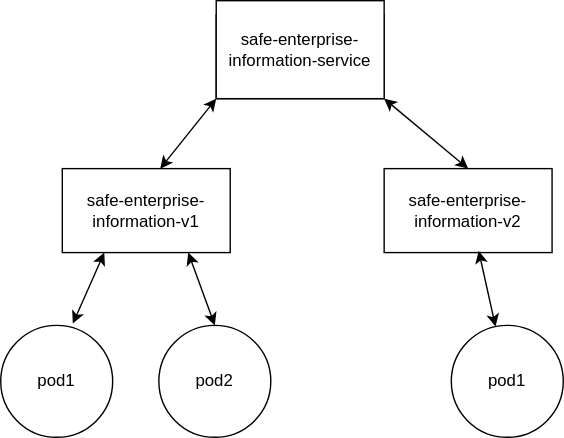
The draw.io diagram 灰度.svg in dujiacheng/dujiacheng.github.io, before a commit. Source tidied: cells renumbered, new cells last; positions are measured from the earlier drawing's top-left corner, leaving out a move shared by most shapes. The source it was exported from:
```xml
<mxGraphModel>
  <root>
    <mxCell id="0" />
    <mxCell id="1" parent="0" />
    <mxCell id="2" value="service&lt;br&gt;" style="rounded=0;whiteSpace=wrap;html=1;" parent="1" vertex="1">
      <mxGeometry x="154" y="10" width="120" height="60" as="geometry" />
    </mxCell>
    <mxCell id="3" value="safe-enterprise-information-service" style="rounded=0;whiteSpace=wrap;html=1;" parent="1" vertex="1">
      <mxGeometry x="154" width="120" height="70" as="geometry" />
    </mxCell>
    <mxCell id="4" value="safe-enterprise-information-v1" style="whiteSpace=wrap;html=1;" parent="1" vertex="1">
      <mxGeometry x="44" y="120" width="120" height="60" as="geometry" />
    </mxCell>
    <mxCell id="5" value="safe-enterprise-information-v2" style="whiteSpace=wrap;html=1;" parent="1" vertex="1">
      <mxGeometry x="274" y="120" width="120" height="60" as="geometry" />
    </mxCell>
    <mxCell id="6" style="endArrow=classic;startArrow=classic;html=1;entryX=0;entryY=1;entryDx=0;entryDy=0;" parent="1" edge="1" target="3">
      <mxGeometry relative="1" as="geometry">
        <mxPoint x="114" y="120" as="sourcePoint" />
      </mxGeometry>
    </mxCell>
    <mxCell id="7" style="endArrow=classic;startArrow=classic;html=1;exitX=0.5;exitY=0;exitDx=0;exitDy=0;entryX=1;entryY=1;entryDx=0;entryDy=0;" parent="1" edge="1" source="5" target="3">
      <mxGeometry relative="1" as="geometry" />
    </mxCell>
    <mxCell id="8" style="endArrow=classic;startArrow=classic;html=1;entryX=0.644;entryY=-0.016;entryDx=0;entryDy=0;entryPerimeter=0;exitX=0.25;exitY=1;exitDx=0;exitDy=0;" parent="1" edge="1" source="4" target="9">
      <mxGeometry relative="1" as="geometry" />
    </mxCell>
    <mxCell id="9" value="pod1" style="ellipse;whiteSpace=wrap;html=1;" parent="1" vertex="1">
      <mxGeometry y="232" width="80" height="80" as="geometry" />
    </mxCell>
    <mxCell id="10" value="pod2" style="ellipse;whiteSpace=wrap;html=1;" parent="1" vertex="1">
      <mxGeometry x="113" y="232" width="80" height="80" as="geometry" />
    </mxCell>
    <mxCell id="11" style="endArrow=classic;startArrow=classic;html=1;entryX=0.5;entryY=0;entryDx=0;entryDy=0;exitX=0.75;exitY=1;exitDx=0;exitDy=0;" parent="1" edge="1" source="4" target="10">
      <mxGeometry relative="1" as="geometry" />
    </mxCell>
    <mxCell id="12" value="pod1" style="ellipse;whiteSpace=wrap;html=1;" parent="1" vertex="1">
      <mxGeometry x="322" y="232" width="80" height="80" as="geometry" />
    </mxCell>
    <mxCell id="13" style="endArrow=classic;startArrow=classic;html=1;exitX=0.563;exitY=0.979;exitDx=0;exitDy=0;exitPerimeter=0;" parent="1" edge="1" source="5" target="12">
      <mxGeometry relative="1" as="geometry" />
    </mxCell>
  </root>
</mxGraphModel>
```
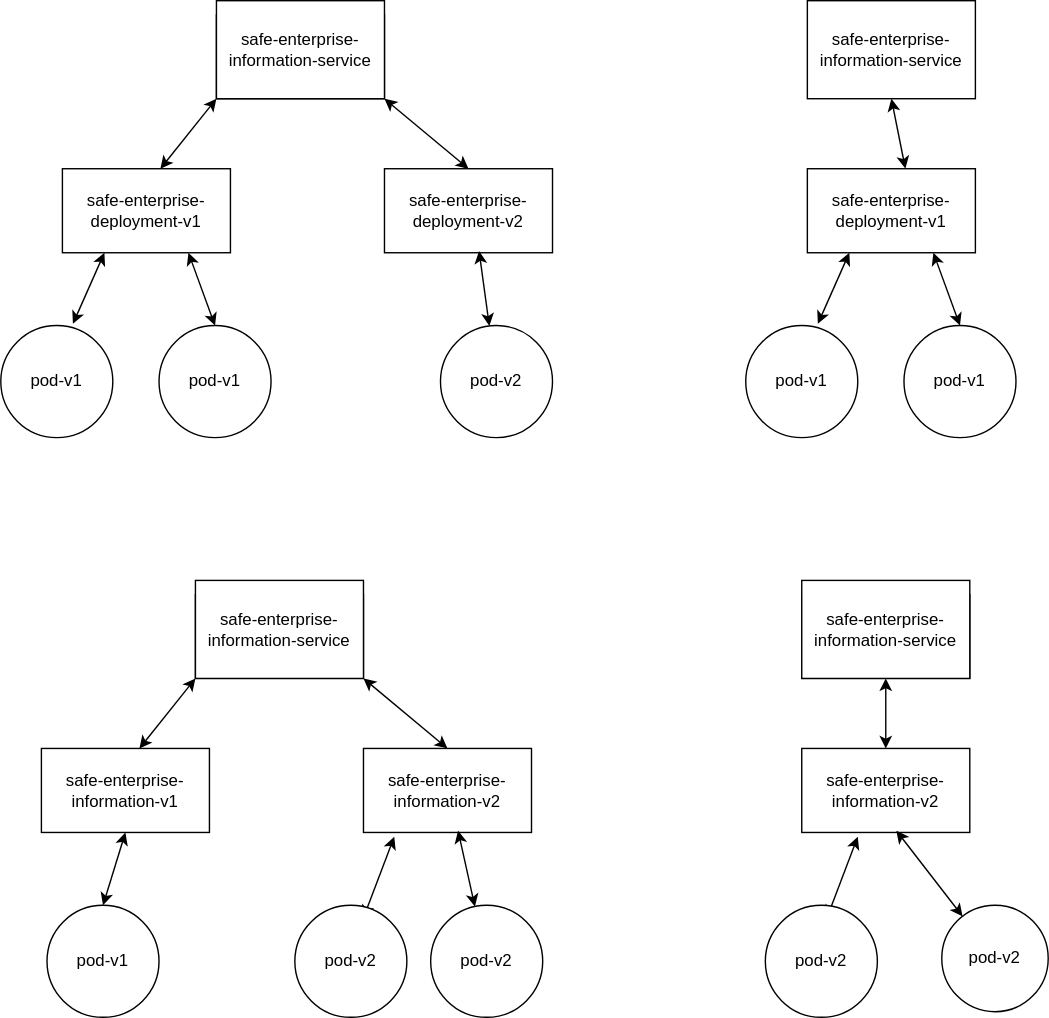
The same diagram one commit later.

Diff of the diagram source:
```diff
@@ -8,10 +8,10 @@
     <mxCell id="3" value="safe-enterprise-information-service" style="rounded=0;whiteSpace=wrap;html=1;" parent="1" vertex="1">
       <mxGeometry x="154" width="120" height="70" as="geometry" />
     </mxCell>
-    <mxCell id="4" value="safe-enterprise-information-v1" style="whiteSpace=wrap;html=1;" parent="1" vertex="1">
+    <mxCell id="4" value="safe-enterprise-deployment-v1" style="whiteSpace=wrap;html=1;" parent="1" vertex="1">
       <mxGeometry x="44" y="120" width="120" height="60" as="geometry" />
     </mxCell>
-    <mxCell id="5" value="safe-enterprise-information-v2" style="whiteSpace=wrap;html=1;" parent="1" vertex="1">
+    <mxCell id="5" value="safe-enterprise-deployment-v2" style="whiteSpace=wrap;html=1;" parent="1" vertex="1">
       <mxGeometry x="274" y="120" width="120" height="60" as="geometry" />
     </mxCell>
     <mxCell id="6" style="endArrow=classic;startArrow=classic;html=1;entryX=0;entryY=1;entryDx=0;entryDy=0;" parent="1" edge="1" target="3">
@@ -25,20 +25,111 @@
     <mxCell id="8" style="endArrow=classic;startArrow=classic;html=1;entryX=0.644;entryY=-0.016;entryDx=0;entryDy=0;entryPerimeter=0;exitX=0.25;exitY=1;exitDx=0;exitDy=0;" parent="1" edge="1" source="4" target="9">
       <mxGeometry relative="1" as="geometry" />
     </mxCell>
-    <mxCell id="9" value="pod1" style="ellipse;whiteSpace=wrap;html=1;" parent="1" vertex="1">
+    <mxCell id="9" value="pod-v1" style="ellipse;whiteSpace=wrap;html=1;" parent="1" vertex="1">
       <mxGeometry y="232" width="80" height="80" as="geometry" />
     </mxCell>
-    <mxCell id="10" value="pod2" style="ellipse;whiteSpace=wrap;html=1;" parent="1" vertex="1">
+    <mxCell id="10" value="pod-v1" style="ellipse;whiteSpace=wrap;html=1;" parent="1" vertex="1">
       <mxGeometry x="113" y="232" width="80" height="80" as="geometry" />
     </mxCell>
     <mxCell id="11" style="endArrow=classic;startArrow=classic;html=1;entryX=0.5;entryY=0;entryDx=0;entryDy=0;exitX=0.75;exitY=1;exitDx=0;exitDy=0;" parent="1" edge="1" source="4" target="10">
       <mxGeometry relative="1" as="geometry" />
     </mxCell>
-    <mxCell id="12" value="pod1" style="ellipse;whiteSpace=wrap;html=1;" parent="1" vertex="1">
-      <mxGeometry x="322" y="232" width="80" height="80" as="geometry" />
+    <mxCell id="12" value="pod-v2" style="ellipse;whiteSpace=wrap;html=1;" parent="1" vertex="1">
+      <mxGeometry x="314" y="232" width="80" height="80" as="geometry" />
     </mxCell>
     <mxCell id="13" style="endArrow=classic;startArrow=classic;html=1;exitX=0.563;exitY=0.979;exitDx=0;exitDy=0;exitPerimeter=0;" parent="1" edge="1" source="5" target="12">
       <mxGeometry relative="1" as="geometry" />
     </mxCell>
+    <mxCell id="14" value="service&lt;br&gt;" style="rounded=0;whiteSpace=wrap;html=1;" parent="1" vertex="1">
+      <mxGeometry x="139" y="424" width="120" height="60" as="geometry" />
+    </mxCell>
+    <mxCell id="15" value="safe-enterprise-information-service" style="rounded=0;whiteSpace=wrap;html=1;" parent="1" vertex="1">
+      <mxGeometry x="139" y="414" width="120" height="70" as="geometry" />
+    </mxCell>
+    <mxCell id="16" value="safe-enterprise-information-v1" style="whiteSpace=wrap;html=1;" parent="1" vertex="1">
+      <mxGeometry x="29" y="534" width="120" height="60" as="geometry" />
+    </mxCell>
+    <mxCell id="17" value="safe-enterprise-information-v2" style="whiteSpace=wrap;html=1;" parent="1" vertex="1">
+      <mxGeometry x="259" y="534" width="120" height="60" as="geometry" />
+    </mxCell>
+    <mxCell id="18" style="endArrow=classic;startArrow=classic;html=1;entryX=0;entryY=1;entryDx=0;entryDy=0;" parent="1" edge="1" target="15">
+      <mxGeometry relative="1" as="geometry">
+        <mxPoint x="99" y="534" as="sourcePoint" />
+      </mxGeometry>
+    </mxCell>
+    <mxCell id="19" style="endArrow=classic;startArrow=classic;html=1;exitX=0.5;exitY=0;exitDx=0;exitDy=0;entryX=1;entryY=1;entryDx=0;entryDy=0;" parent="1" edge="1" source="17" target="15">
+      <mxGeometry relative="1" as="geometry" />
+    </mxCell>
+    <mxCell id="20" style="endArrow=classic;startArrow=classic;html=1;" parent="1" edge="1">
+      <mxGeometry relative="1" as="geometry">
+        <mxPoint x="281" y="597" as="sourcePoint" />
+        <mxPoint x="259" y="655" as="targetPoint" />
+      </mxGeometry>
+    </mxCell>
+    <mxCell id="21" value="pod-v2" style="ellipse;whiteSpace=wrap;html=1;" parent="1" vertex="1">
+      <mxGeometry x="210" y="646" width="80" height="80" as="geometry" />
+    </mxCell>
+    <mxCell id="22" value="pod-v1" style="ellipse;whiteSpace=wrap;html=1;" parent="1" vertex="1">
+      <mxGeometry x="33" y="646" width="80" height="80" as="geometry" />
+    </mxCell>
+    <mxCell id="23" style="endArrow=classic;startArrow=classic;html=1;entryX=0.5;entryY=0;entryDx=0;entryDy=0;exitX=0.5;exitY=1;exitDx=0;exitDy=0;" parent="1" edge="1" source="16" target="22">
+      <mxGeometry relative="1" as="geometry" />
+    </mxCell>
+    <mxCell id="24" value="pod-v2" style="ellipse;whiteSpace=wrap;html=1;" parent="1" vertex="1">
+      <mxGeometry x="307" y="646" width="80" height="80" as="geometry" />
+    </mxCell>
+    <mxCell id="25" style="endArrow=classic;startArrow=classic;html=1;exitX=0.563;exitY=0.979;exitDx=0;exitDy=0;exitPerimeter=0;" parent="1" edge="1" source="17" target="24">
+      <mxGeometry relative="1" as="geometry" />
+    </mxCell>
+    <mxCell id="26" value="safe-enterprise-information-service" style="rounded=0;whiteSpace=wrap;html=1;" parent="1" vertex="1">
+      <mxGeometry x="576" width="120" height="70" as="geometry" />
+    </mxCell>
+    <mxCell id="27" value="safe-enterprise-deployment-v1" style="whiteSpace=wrap;html=1;" parent="1" vertex="1">
+      <mxGeometry x="576" y="120" width="120" height="60" as="geometry" />
+    </mxCell>
+    <mxCell id="28" style="endArrow=classic;startArrow=classic;html=1;entryX=0.5;entryY=1;entryDx=0;entryDy=0;" parent="1" edge="1" target="26">
+      <mxGeometry relative="1" as="geometry">
+        <mxPoint x="646" y="120" as="sourcePoint" />
+      </mxGeometry>
+    </mxCell>
+    <mxCell id="29" style="endArrow=classic;startArrow=classic;html=1;entryX=0.644;entryY=-0.016;entryDx=0;entryDy=0;entryPerimeter=0;exitX=0.25;exitY=1;exitDx=0;exitDy=0;" parent="1" edge="1" source="27" target="30">
+      <mxGeometry relative="1" as="geometry" />
+    </mxCell>
+    <mxCell id="30" value="pod-v1" style="ellipse;whiteSpace=wrap;html=1;" parent="1" vertex="1">
+      <mxGeometry x="532" y="232" width="80" height="80" as="geometry" />
+    </mxCell>
+    <mxCell id="31" value="pod-v1&lt;br&gt;" style="ellipse;whiteSpace=wrap;html=1;" parent="1" vertex="1">
+      <mxGeometry x="645" y="232" width="80" height="80" as="geometry" />
+    </mxCell>
+    <mxCell id="32" style="endArrow=classic;startArrow=classic;html=1;entryX=0.5;entryY=0;entryDx=0;entryDy=0;exitX=0.75;exitY=1;exitDx=0;exitDy=0;" parent="1" edge="1" source="27" target="31">
+      <mxGeometry relative="1" as="geometry" />
+    </mxCell>
+    <mxCell id="33" value="service&lt;br&gt;" style="rounded=0;whiteSpace=wrap;html=1;" parent="1" vertex="1">
+      <mxGeometry x="572" y="424" width="120" height="60" as="geometry" />
+    </mxCell>
+    <mxCell id="34" value="safe-enterprise-information-service" style="rounded=0;whiteSpace=wrap;html=1;" parent="1" vertex="1">
+      <mxGeometry x="572" y="414" width="120" height="70" as="geometry" />
+    </mxCell>
+    <mxCell id="35" value="safe-enterprise-information-v2" style="whiteSpace=wrap;html=1;" parent="1" vertex="1">
+      <mxGeometry x="572" y="534" width="120" height="60" as="geometry" />
+    </mxCell>
+    <mxCell id="36" style="endArrow=classic;startArrow=classic;html=1;exitX=0.5;exitY=0;exitDx=0;exitDy=0;entryX=0.5;entryY=1;entryDx=0;entryDy=0;" parent="1" edge="1" source="35" target="34">
+      <mxGeometry relative="1" as="geometry" />
+    </mxCell>
+    <mxCell id="37" style="endArrow=classic;startArrow=classic;html=1;" parent="1" edge="1">
+      <mxGeometry relative="1" as="geometry">
+        <mxPoint x="612" y="597" as="sourcePoint" />
+        <mxPoint x="590" y="655" as="targetPoint" />
+      </mxGeometry>
+    </mxCell>
+    <mxCell id="38" value="pod-v2" style="ellipse;whiteSpace=wrap;html=1;" parent="1" vertex="1">
+      <mxGeometry x="546" y="646" width="80" height="80" as="geometry" />
+    </mxCell>
+    <mxCell id="39" value="pod-v2" style="ellipse;whiteSpace=wrap;html=1;" parent="1" vertex="1">
+      <mxGeometry x="672" y="646" width="76" height="76" as="geometry" />
+    </mxCell>
+    <mxCell id="40" style="endArrow=classic;startArrow=classic;html=1;exitX=0.563;exitY=0.979;exitDx=0;exitDy=0;exitPerimeter=0;" parent="1" edge="1" source="35" target="39">
+      <mxGeometry relative="1" as="geometry" />
+    </mxCell>
   </root>
 </mxGraphModel>
```
